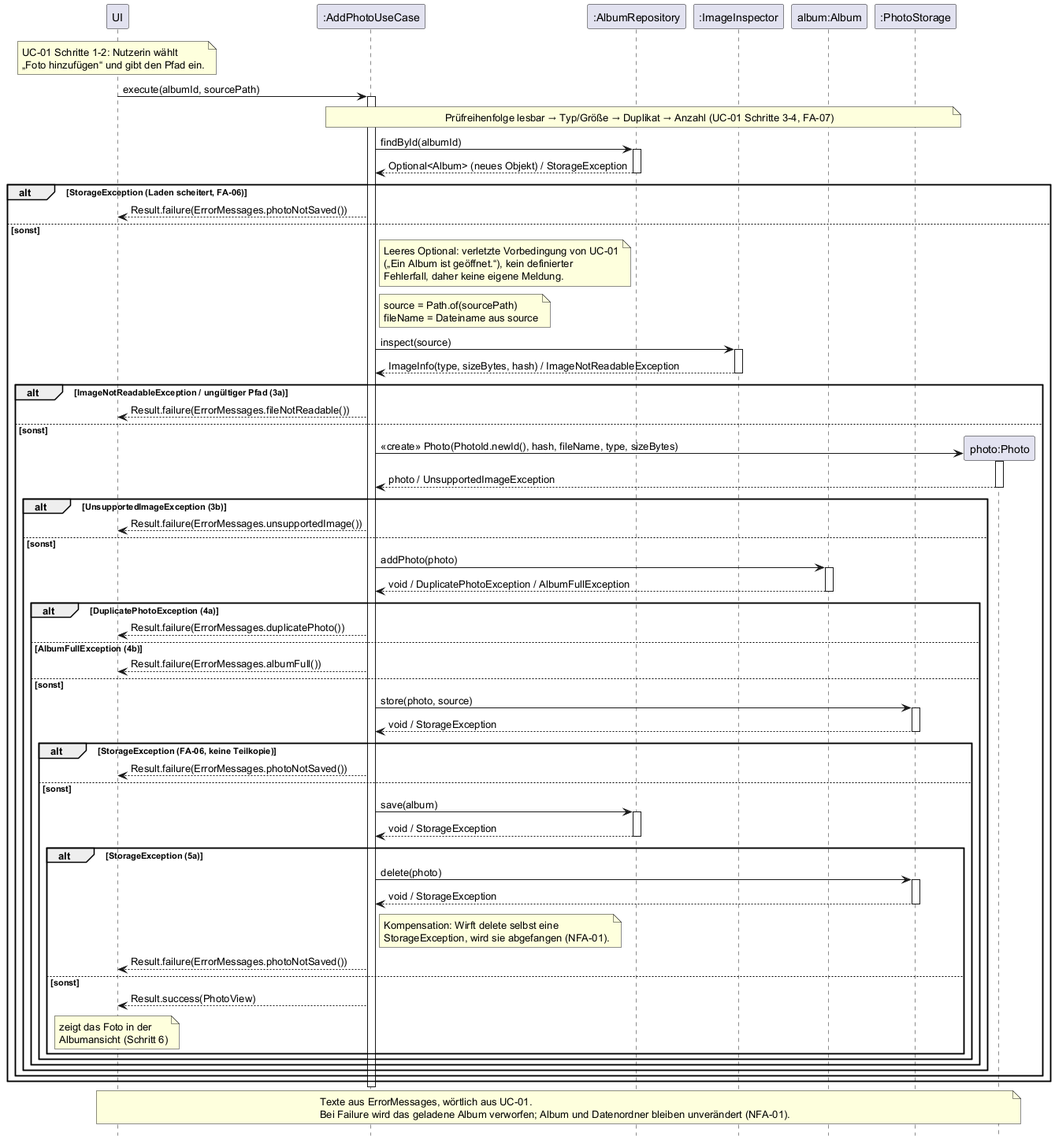
Above: docs/design/sequenz-foto-hinzufuegen.png in felix-henry/photo-album-projekt (PlantUML), before the change. Its diagram source:
```plantuml
@startuml sequenz-foto-hinzufuegen
!pragma layout smetana

hide footbox

participant "UI" as UI
participant ":AddPhotoUseCase" as UC
participant ":AlbumRepository" as Repo
participant ":ImageInspector" as Insp
participant "album:Album" as A
participant ":PhotoStorage" as Store

note over UI
  UC-01 Schritte 1-2: Nutzerin wählt
  „Foto hinzufügen“ und gibt den Pfad ein.
end note
UI -> UC : execute(albumId, sourcePath)
activate UC
note over UC, Store : Prüfreihenfolge lesbar → Typ/Größe → Duplikat → Anzahl (UC-01 Schritte 3-4, FA-07)

UC -> Repo ++ : findById(albumId)
Repo --> UC -- : Optional<Album> (neues Objekt) / StorageException

alt StorageException (Laden scheitert, FA-06)
  UC --> UI : Result.failure(ErrorMessages.photoNotSaved())
else sonst
  note right of UC
    Leeres Optional: verletzte Vorbedingung von UC-01
    („Ein Album ist geöffnet.“), kein definierter
    Fehlerfall, daher keine eigene Meldung.
  end note
  note right of UC
    source = Path.of(sourcePath)
    fileName = Dateiname aus source
  end note
  UC -> Insp ++ : inspect(source)
  Insp --> UC -- : ImageInfo(type, sizeBytes, hash) / ImageNotReadableException

  alt ImageNotReadableException / ungültiger Pfad (3a)
    UC --> UI : Result.failure(ErrorMessages.fileNotReadable())
  else sonst
    create participant "photo:Photo" as P
    UC -> P ++ : «create» Photo(PhotoId.newId(), hash, fileName, type, sizeBytes)
    P --> UC -- : photo / UnsupportedImageException

    alt UnsupportedImageException (3b)
      UC --> UI : Result.failure(ErrorMessages.unsupportedImage())
    else sonst
      UC -> A ++ : addPhoto(photo)
      A --> UC -- : void / DuplicatePhotoException / AlbumFullException

      alt DuplicatePhotoException (4a)
        UC --> UI : Result.failure(ErrorMessages.duplicatePhoto())
      else AlbumFullException (4b)
        UC --> UI : Result.failure(ErrorMessages.albumFull())
      else sonst
        UC -> Store ++ : store(photo, source)
        Store --> UC -- : void / StorageException

        alt StorageException (FA-06, keine Teilkopie)
          UC --> UI : Result.failure(ErrorMessages.photoNotSaved())
        else sonst
          UC -> Repo ++ : save(album)
          Repo --> UC -- : void / StorageException

          alt StorageException (5a)
            UC -> Store ++ : delete(photo)
            Store --> UC -- : void / StorageException
            note right of UC
              Kompensation: Wirft delete selbst eine
              StorageException, wird sie abgefangen (NFA-01).
            end note
            UC --> UI : Result.failure(ErrorMessages.photoNotSaved())
          else sonst
            UC --> UI : Result.success(PhotoView)
            note over UI : zeigt das Foto in der\nAlbumansicht (Schritt 6)
          end
        end
      end
    end
  end
end
deactivate UC

note over UI, P
  Texte aus ErrorMessages, wörtlich aus UC-01.
  Bei Failure wird das geladene Album verworfen; Album und Datenordner bleiben unverändert (NFA-01).
end note
@enduml
```
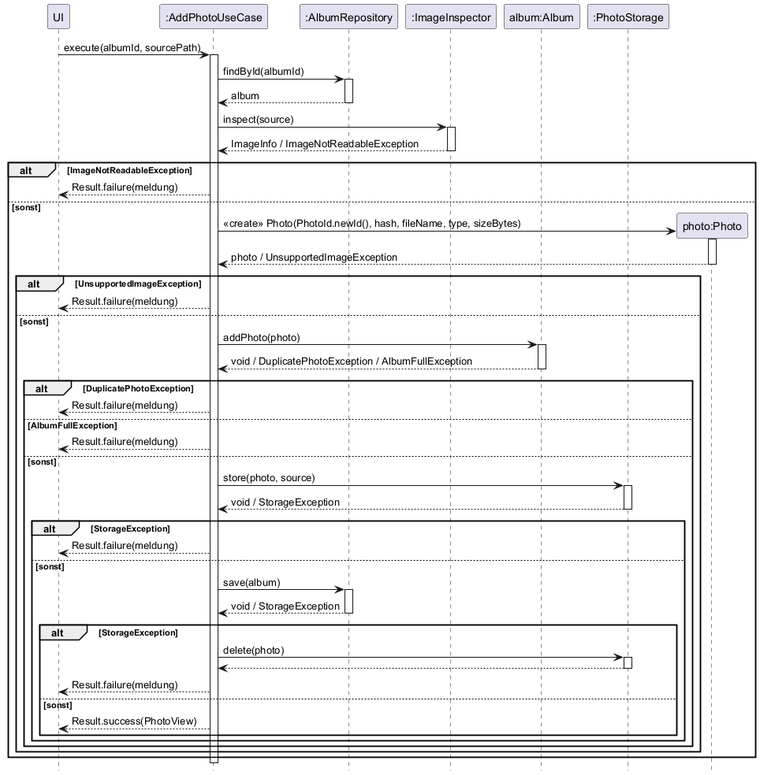
After the commit.

The edit, as a diff of the source:
```diff
@@ -1,6 +1,5 @@
 @startuml sequenz-foto-hinzufuegen
 !pragma layout smetana
-
 hide footbox
 
 participant "UI" as UI
@@ -10,80 +9,50 @@
 participant "album:Album" as A
 participant ":PhotoStorage" as Store
 
-note over UI
-  UC-01 Schritte 1-2: Nutzerin wählt
-  „Foto hinzufügen“ und gibt den Pfad ein.
-end note
 UI -> UC : execute(albumId, sourcePath)
 activate UC
-note over UC, Store : Prüfreihenfolge lesbar → Typ/Größe → Duplikat → Anzahl (UC-01 Schritte 3-4, FA-07)
+UC -> Repo ++ : findById(albumId)
+Repo --> UC -- : album
+UC -> Insp ++ : inspect(source)
+Insp --> UC -- : ImageInfo / ImageNotReadableException
 
-UC -> Repo ++ : findById(albumId)
-Repo --> UC -- : Optional<Album> (neues Objekt) / StorageException
+alt ImageNotReadableException
+  UC --> UI : Result.failure(meldung)
+else sonst
+  create participant "photo:Photo" as P
+  UC -> P ++ : «create» Photo(PhotoId.newId(), hash, fileName, type, sizeBytes)
+  P --> UC -- : photo / UnsupportedImageException
 
-alt StorageException (Laden scheitert, FA-06)
-  UC --> UI : Result.failure(ErrorMessages.photoNotSaved())
-else sonst
-  note right of UC
-    Leeres Optional: verletzte Vorbedingung von UC-01
-    („Ein Album ist geöffnet.“), kein definierter
-    Fehlerfall, daher keine eigene Meldung.
-  end note
-  note right of UC
-    source = Path.of(sourcePath)
-    fileName = Dateiname aus source
-  end note
-  UC -> Insp ++ : inspect(source)
-  Insp --> UC -- : ImageInfo(type, sizeBytes, hash) / ImageNotReadableException
+  alt UnsupportedImageException
+    UC --> UI : Result.failure(meldung)
+  else sonst
+    UC -> A ++ : addPhoto(photo)
+    A --> UC -- : void / DuplicatePhotoException / AlbumFullException
 
-  alt ImageNotReadableException / ungültiger Pfad (3a)
-    UC --> UI : Result.failure(ErrorMessages.fileNotReadable())
-  else sonst
-    create participant "photo:Photo" as P
-    UC -> P ++ : «create» Photo(PhotoId.newId(), hash, fileName, type, sizeBytes)
-    P --> UC -- : photo / UnsupportedImageException
+    alt DuplicatePhotoException
+      UC --> UI : Result.failure(meldung)
+    else AlbumFullException
+      UC --> UI : Result.failure(meldung)
+    else sonst
+      UC -> Store ++ : store(photo, source)
+      Store --> UC -- : void / StorageException
 
-    alt UnsupportedImageException (3b)
-      UC --> UI : Result.failure(ErrorMessages.unsupportedImage())
-    else sonst
-      UC -> A ++ : addPhoto(photo)
-      A --> UC -- : void / DuplicatePhotoException / AlbumFullException
+      alt StorageException
+        UC --> UI : Result.failure(meldung)
+      else sonst
+        UC -> Repo ++ : save(album)
+        Repo --> UC -- : void / StorageException
 
-      alt DuplicatePhotoException (4a)
-        UC --> UI : Result.failure(ErrorMessages.duplicatePhoto())
-      else AlbumFullException (4b)
-        UC --> UI : Result.failure(ErrorMessages.albumFull())
-      else sonst
-        UC -> Store ++ : store(photo, source)
-        Store --> UC -- : void / StorageException
-
-        alt StorageException (FA-06, keine Teilkopie)
-          UC --> UI : Result.failure(ErrorMessages.photoNotSaved())
+        alt StorageException
+          UC -> Store ++ : delete(photo)
+          Store --> UC --
+          UC --> UI : Result.failure(meldung)
         else sonst
-          UC -> Repo ++ : save(album)
-          Repo --> UC -- : void / StorageException
-
-          alt StorageException (5a)
-            UC -> Store ++ : delete(photo)
-            Store --> UC -- : void / StorageException
-            note right of UC
-              Kompensation: Wirft delete selbst eine
-              StorageException, wird sie abgefangen (NFA-01).
-            end note
-            UC --> UI : Result.failure(ErrorMessages.photoNotSaved())
-          else sonst
-            UC --> UI : Result.success(PhotoView)
-            note over UI : zeigt das Foto in der\nAlbumansicht (Schritt 6)
-          end
+          UC --> UI : Result.success(PhotoView)
         end
       end
     end
   end
 end
 deactivate UC
-
-note over UI, P
-  Texte aus ErrorMessages, wörtlich aus UC-01.
-  Bei Failure wird das geladene Album verworfen; Album und Datenordner bleiben unverändert (NFA-01).
-end note
 @enduml
```
